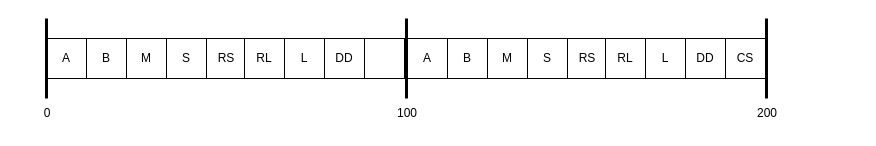
This is schedulers/arduino/C_approach.drawio from CosminOctavianPetre/RTS-P1-Cyclic-Scheduling, a draw.io file, before an edit. Source tidied: cells renumbered, new cells numbered last; positions are measured from the earlier drawing's top-left corner, leaving out a move shared by most shapes. Both pictures are drawn from the tidied source at 100%, with x=0, y=0 at pixel (17, 18).
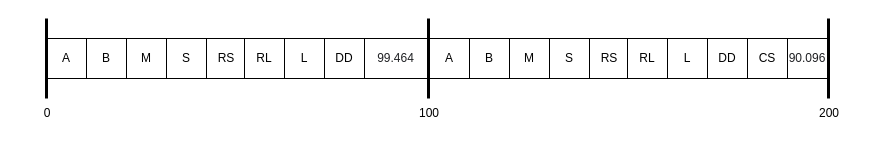
The same diagram, later.

The edit, as a diff of the source:
```diff
@@
     <mxCell id="4" style="endArrow=none;html=1;rounded=0;strokeWidth=3;strokeColor=default;" parent="1" edge="1">
       <mxGeometry relative="1" as="geometry">
-        <mxPoint x="389" as="sourcePoint" />
-        <mxPoint x="389" y="80" as="targetPoint" />
+        <mxPoint x="411" as="sourcePoint" />
+        <mxPoint x="411" y="80" as="targetPoint" />
       </mxGeometry>
     </mxCell>
     <mxCell id="5" value="100" style="text;html=1;strokeColor=none;fillColor=none;align=center;verticalAlign=middle;whiteSpace=wrap;rounded=0;" parent="1" vertex="1">
-      <mxGeometry x="360" y="80" width="60" height="30" as="geometry" />
+      <mxGeometry x="382" y="80" width="60" height="30" as="geometry" />
     </mxCell>
     <mxCell id="6" value="200" style="text;html=1;strokeColor=none;fillColor=none;align=center;verticalAlign=middle;whiteSpace=wrap;rounded=0;" parent="1" vertex="1">
-      <mxGeometry x="720" y="80" width="60" height="30" as="geometry" />
+      <mxGeometry x="782" y="80" width="60" height="30" as="geometry" />
     </mxCell>
@@
     <mxCell id="8" style="endArrow=none;html=1;rounded=0;strokeWidth=3;strokeColor=default;" parent="1" edge="1">
       <mxGeometry relative="1" as="geometry">
-        <mxPoint x="749" as="sourcePoint" />
-        <mxPoint x="749" y="80" as="targetPoint" />
+        <mxPoint x="811" as="sourcePoint" />
+        <mxPoint x="811" y="80" as="targetPoint" />
       </mxGeometry>
     </mxCell>
@@
     <mxCell id="16" value="B" style="rounded=0;whiteSpace=wrap;html=1;" parent="1" vertex="1">
-      <mxGeometry x="430" y="20" width="40" height="40" as="geometry" />
+      <mxGeometry x="452" y="20" width="40" height="40" as="geometry" />
     </mxCell>
     <mxCell id="17" value="A" style="rounded=0;whiteSpace=wrap;html=1;" parent="1" vertex="1">
-      <mxGeometry x="390" y="20" width="40" height="40" as="geometry" />
+      <mxGeometry x="412" y="20" width="40" height="40" as="geometry" />
     </mxCell>
     <mxCell id="18" value="M" style="rounded=0;whiteSpace=wrap;html=1;" parent="1" vertex="1">
-      <mxGeometry x="470" y="20" width="40" height="40" as="geometry" />
+      <mxGeometry x="492" y="20" width="40" height="40" as="geometry" />
     </mxCell>
     <mxCell id="19" value="S" style="rounded=0;whiteSpace=wrap;html=1;" parent="1" vertex="1">
-      <mxGeometry x="510" y="20" width="40" height="40" as="geometry" />
+      <mxGeometry x="532" y="20" width="40" height="40" as="geometry" />
     </mxCell>
     <mxCell id="20" value="RS" style="rounded=0;whiteSpace=wrap;html=1;" parent="1" vertex="1">
-      <mxGeometry x="550" y="20" width="40" height="40" as="geometry" />
+      <mxGeometry x="572" y="20" width="40" height="40" as="geometry" />
     </mxCell>
     <mxCell id="21" value="RL" style="rounded=0;whiteSpace=wrap;html=1;" parent="1" vertex="1">
-      <mxGeometry x="588" y="20" width="40" height="40" as="geometry" />
+      <mxGeometry x="610" y="20" width="40" height="40" as="geometry" />
     </mxCell>
     <mxCell id="22" value="DD" style="rounded=0;whiteSpace=wrap;html=1;" parent="1" vertex="1">
-      <mxGeometry x="668" y="20" width="40" height="40" as="geometry" />
+      <mxGeometry x="690" y="20" width="40" height="40" as="geometry" />
     </mxCell>
     <mxCell id="23" value="L" style="rounded=0;whiteSpace=wrap;html=1;" parent="1" vertex="1">
-      <mxGeometry x="628" y="20" width="40" height="40" as="geometry" />
+      <mxGeometry x="650" y="20" width="40" height="40" as="geometry" />
     </mxCell>
-    <mxCell id="24" style="rounded=0;whiteSpace=wrap;html=1;" parent="1" vertex="1">
-      <mxGeometry x="347" y="20" width="40" height="40" as="geometry" />
+    <mxCell id="24" value="&lt;span style=&quot;color: rgb(32, 33, 36); font-family: arial, sans-serif; text-align: start; background-color: rgb(255, 255, 255);&quot;&gt;&lt;font style=&quot;font-size: 12px;&quot;&gt;99.464&lt;/font&gt;&lt;/span&gt;" style="rounded=0;whiteSpace=wrap;html=1;" parent="1" vertex="1">
+      <mxGeometry x="347" y="20" width="63" height="40" as="geometry" />
     </mxCell>
     <mxCell id="25" value="&lt;span&gt;CS&lt;/span&gt;" style="rounded=0;whiteSpace=wrap;html=1;" parent="1" vertex="1">
-      <mxGeometry x="708" y="20" width="40" height="40" as="geometry" />
+      <mxGeometry x="730" y="20" width="40" height="40" as="geometry" />
     </mxCell>
+    <mxCell id="26" value="&lt;span style=&quot;color: rgb(32, 33, 36); font-family: arial, sans-serif; text-align: start; background-color: rgb(255, 255, 255);&quot;&gt;&lt;font style=&quot;font-size: 12px;&quot;&gt;90.096&lt;/font&gt;&lt;/span&gt;" style="rounded=0;whiteSpace=wrap;html=1;" parent="1" vertex="1">
+      <mxGeometry x="770" y="20" width="40" height="40" as="geometry" />
+    </mxCell>
```
